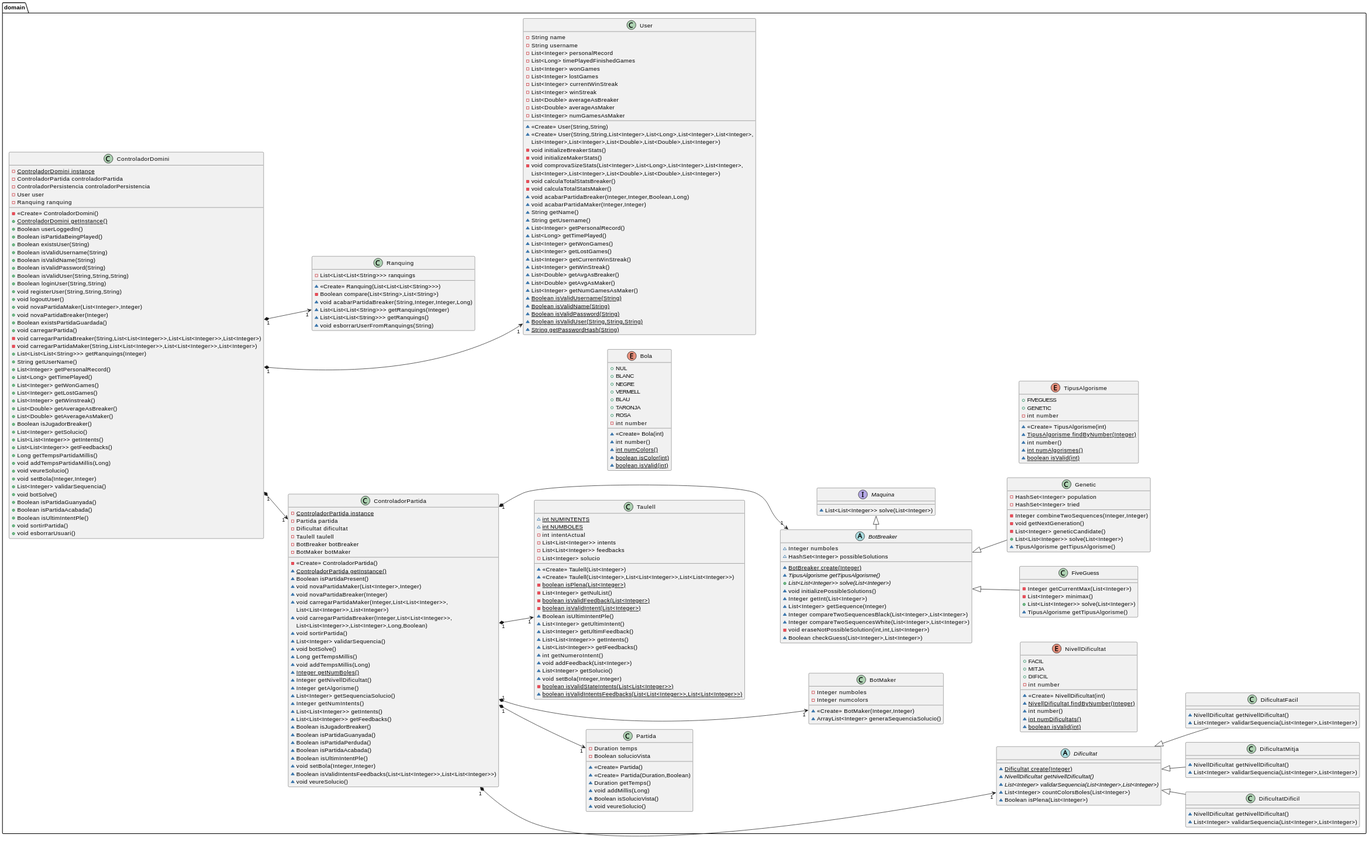
This is DOCS/uml/domain.svg from albertcanales/mastermind, a PlantUML export, as it was before one commit.
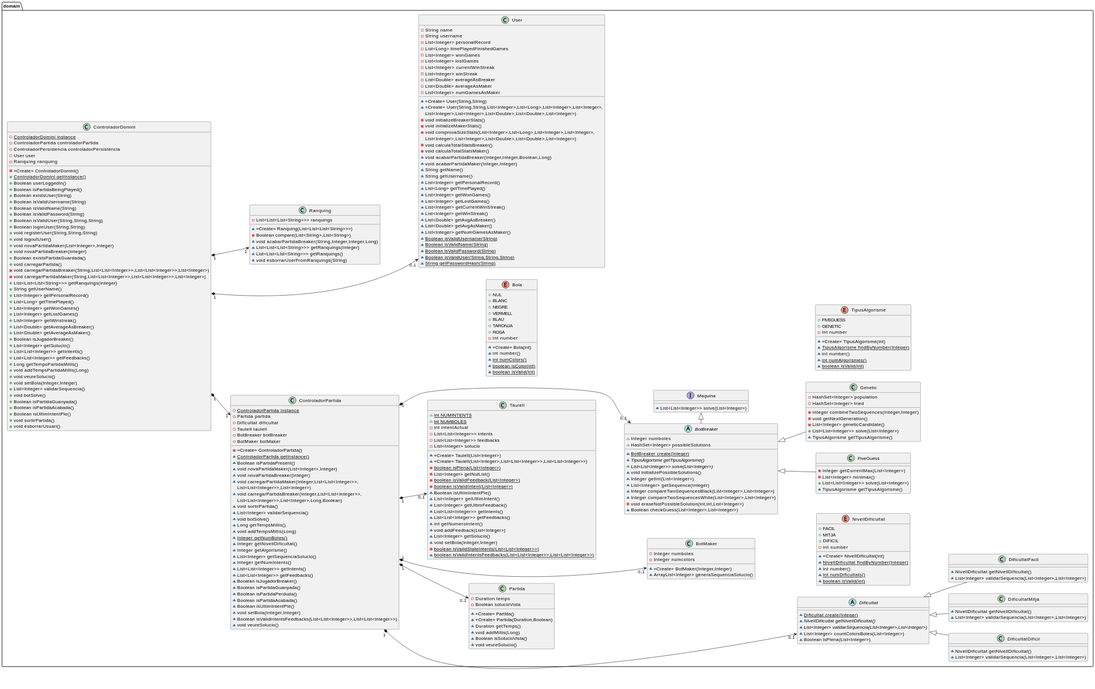
The same file after the commit.

Commit message:
[General] minor UML tweaks

What changed in the source:
```diff
@@ -267,12 +267,12 @@
 left to right direction
 domain.ControladorDomini "1" *--d> "1" domain.ControladorPartida
 domain.ControladorDomini "1" *--d> "1" domain.Ranquing
-domain.ControladorDomini "1" *---d> "1" domain.User
-domain.ControladorPartida "1" *---> "1" domain.BotBreaker
-domain.ControladorPartida "1" *--> "1" domain.BotMaker
-domain.ControladorPartida "1" *----> "1" domain.Dificultat
-domain.ControladorPartida "1" *--> "1" domain.Partida
-domain.ControladorPartida "1" *--> "1" domain.Taulell
+domain.ControladorDomini "1" *---d> "0..1" domain.User
+domain.ControladorPartida "1" *---> "0..1" domain.BotBreaker
+domain.ControladorPartida "1" *--> "0..1" domain.BotMaker
+domain.ControladorPartida "1" *----> "0..1" domain.Dificultat
+domain.ControladorPartida "1" *--> "0..1" domain.Partida
+domain.ControladorPartida "1" *--> "0..1" domain.Taulell
 domain.Dificultat <|-- domain.DificultatFacil
 domain.Dificultat <|-- domain.DificultatMitja
 domain.Dificultat <|-- domain.DificultatDificil
```
